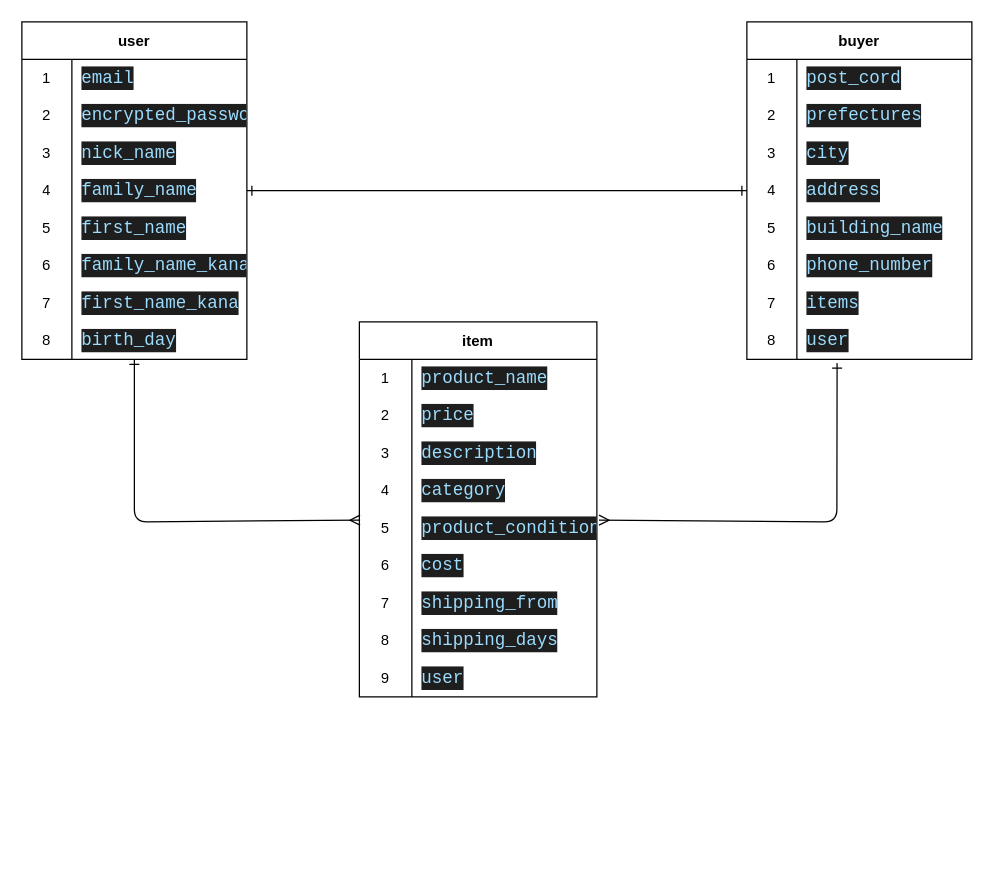
The draw.io diagram frima.dio in k-zyw/furima-39194-a, before the edit. Source tidied: cells renumbered, new cells numbered last; positions are measured from the earlier drawing's top-left corner, leaving out a move shared by most shapes. Both pictures are drawn from the tidied source at 125%, with x=0, y=0 at pixel (21, 21).
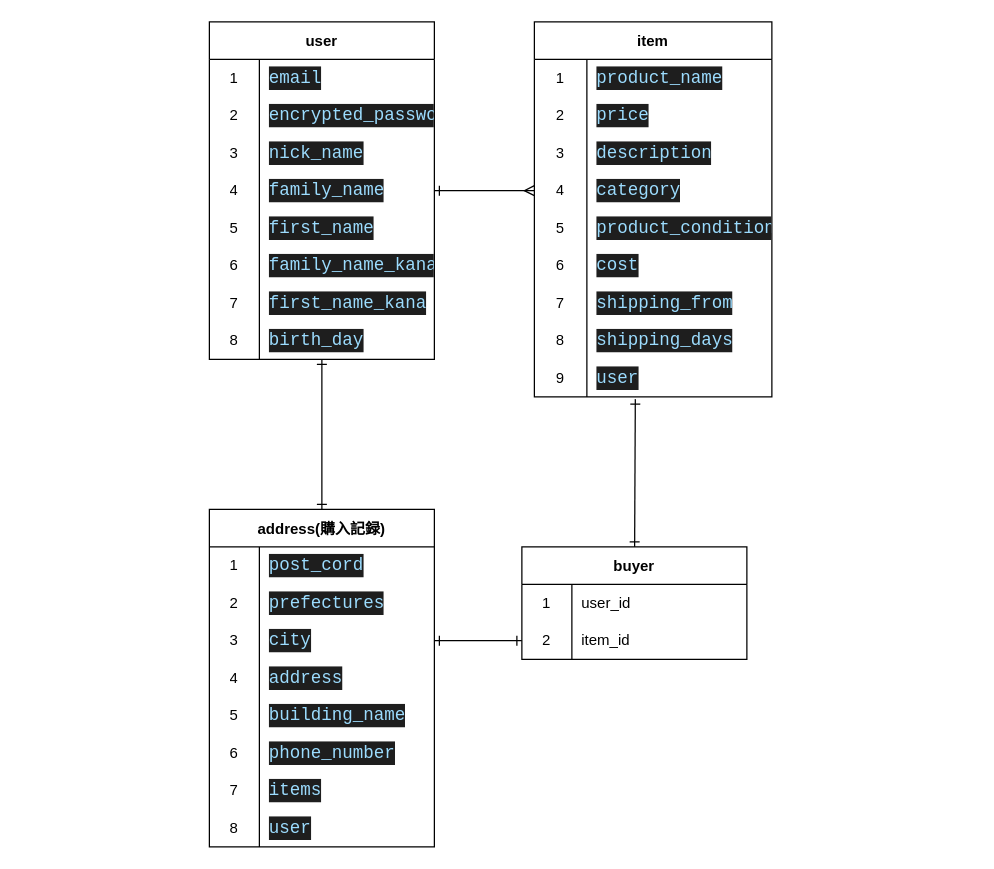
Above is the later version.

Unchanged cells that the change refers to:
```xml
<mxCell id="12" style="shape=tableRow;horizontal=0;startSize=0;swimlaneHead=0;swimlaneBody=0;top=0;left=0;bottom=0;right=0;fillColor=none;points=[[0,0.5],[1,0.5]];portConstraint=eastwest;" parent="2" vertex="1">
  <mxGeometry y="120" width="180" height="30" as="geometry" />
</mxCell>
<mxCell id="24" style="shape=tableRow;horizontal=0;startSize=0;swimlaneHead=0;swimlaneBody=0;top=0;left=0;bottom=0;right=0;fillColor=none;points=[[0,0.5],[1,0.5]];portConstraint=eastwest;" parent="2" vertex="1">
  <mxGeometry y="240" width="180" height="30" as="geometry" />
</mxCell>
<mxCell id="37" style="shape=tableRow;horizontal=0;startSize=0;swimlaneHead=0;swimlaneBody=0;top=0;left=0;bottom=0;right=0;fillColor=none;points=[[0,0.5],[1,0.5]];portConstraint=eastwest;" parent="27" vertex="1">
  <mxGeometry y="120" width="190" height="30" as="geometry" />
</mxCell>
<mxCell id="40" style="shape=tableRow;horizontal=0;startSize=0;swimlaneHead=0;swimlaneBody=0;top=0;left=0;bottom=0;right=0;fillColor=none;points=[[0,0.5],[1,0.5]];portConstraint=eastwest;" parent="27" vertex="1">
  <mxGeometry y="150" width="190" height="30" as="geometry" />
</mxCell>
<mxCell id="52" style="shape=tableRow;horizontal=0;startSize=0;swimlaneHead=0;swimlaneBody=0;top=0;left=0;bottom=0;right=0;fillColor=none;points=[[0,0.5],[1,0.5]];portConstraint=eastwest;" parent="27" vertex="1">
  <mxGeometry y="270" width="190" height="30" as="geometry" />
</mxCell>
<mxCell id="62" style="shape=tableRow;horizontal=0;startSize=0;swimlaneHead=0;swimlaneBody=0;top=0;left=0;bottom=0;right=0;fillColor=none;points=[[0,0.5],[1,0.5]];portConstraint=eastwest;" parent="55" vertex="1">
  <mxGeometry y="90" width="180" height="30" as="geometry" />
</mxCell>
<mxCell id="65" style="shape=tableRow;horizontal=0;startSize=0;swimlaneHead=0;swimlaneBody=0;top=0;left=0;bottom=0;right=0;fillColor=none;points=[[0,0.5],[1,0.5]];portConstraint=eastwest;" parent="55" vertex="1">
  <mxGeometry y="120" width="180" height="30" as="geometry" />
</mxCell>
<mxCell id="77" style="shape=tableRow;horizontal=0;startSize=0;swimlaneHead=0;swimlaneBody=0;top=0;left=0;bottom=0;right=0;fillColor=none;points=[[0,0.5],[1,0.5]];portConstraint=eastwest;" parent="55" vertex="1">
  <mxGeometry y="240" width="180" height="30" as="geometry" />
</mxCell>
```

What changed in the source:
```diff
@@
+    <mxCell id="83" style="edgeStyle=none;html=1;entryX=0;entryY=0.5;entryDx=0;entryDy=0;endArrow=ERmany;endFill=0;startArrow=ERone;startFill=0;" parent="1" edge="1" source="2" target="37">
+      <mxGeometry relative="1" as="geometry" />
+    </mxCell>
     <mxCell id="2" value="user" style="shape=table;startSize=30;childLayout=tableLayout;rowLines=0;fontStyle=1;" parent="1" vertex="1">
-      <mxGeometry width="180" height="270" as="geometry" />
+      <mxGeometry x="150" width="180" height="270" as="geometry" />
     </mxCell>
@@
     <mxCell id="27" value="item" style="shape=table;startSize=30;childLayout=tableLayout;rowLines=0;fontStyle=1;" parent="1" vertex="1">
-      <mxGeometry x="270" y="240" width="190" height="300" as="geometry" />
+      <mxGeometry x="410" width="190" height="300" as="geometry" />
     </mxCell>
@@
+    <mxCell id="84" style="edgeStyle=none;html=1;startArrow=ERone;startFill=0;endArrow=ERone;endFill=0;" parent="1" edge="1" source="55" target="24">
+      <mxGeometry relative="1" as="geometry" />
+    </mxCell>
-    <mxCell id="55" value="buyer" style="shape=table;startSize=30;childLayout=tableLayout;rowLines=0;fontStyle=1;" parent="1" vertex="1">
-      <mxGeometry x="580" width="180" height="270" as="geometry" />
+    <mxCell id="55" value="address(購入記録)" style="shape=table;startSize=30;childLayout=tableLayout;rowLines=0;fontStyle=1;" parent="1" vertex="1">
+      <mxGeometry x="150" y="390" width="180" height="270" as="geometry" />
     </mxCell>
@@
-    <mxCell id="80" style="edgeStyle=none;html=1;entryX=0.401;entryY=1.1;entryDx=0;entryDy=0;entryPerimeter=0;startArrow=ERmany;startFill=0;endArrow=ERone;endFill=0;exitX=1.009;exitY=0.287;exitDx=0;exitDy=0;exitPerimeter=0;" parent="1" edge="1" source="40" target="77">
-      <mxGeometry relative="1" as="geometry">
-        <Array as="points">
-          <mxPoint x="652" y="400" />
-        </Array>
-      </mxGeometry>
-    </mxCell>
-    <mxCell id="81" style="edgeStyle=none;html=1;entryX=0.5;entryY=1;entryDx=0;entryDy=0;entryPerimeter=0;startArrow=ERmany;startFill=0;endArrow=ERone;endFill=0;exitX=0.003;exitY=0.287;exitDx=0;exitDy=0;exitPerimeter=0;" parent="1" edge="1" source="40" target="24">
-      <mxGeometry relative="1" as="geometry">
-        <Array as="points">
-          <mxPoint x="90" y="400" />
-        </Array>
-      </mxGeometry>
-    </mxCell>
+    <mxCell id="85" style="edgeStyle=none;html=1;entryX=0.425;entryY=1.06;entryDx=0;entryDy=0;entryPerimeter=0;startArrow=ERone;startFill=0;endArrow=ERone;endFill=0;" parent="1" edge="1" source="82" target="52">
+      <mxGeometry relative="1" as="geometry" />
+    </mxCell>
-    <mxCell id="82" style="edgeStyle=none;html=1;exitX=1;exitY=0.5;exitDx=0;exitDy=0;entryX=0;entryY=0.5;entryDx=0;entryDy=0;startArrow=ERone;startFill=0;endArrow=ERone;endFill=0;" parent="1" edge="1" source="12" target="65">
-      <mxGeometry relative="1" as="geometry" />
+    <mxCell id="82" value="buyer" style="shape=table;startSize=30;childLayout=tableLayout;rowLines=0;fontStyle=1;" parent="1" vertex="1">
+      <mxGeometry x="400" y="420" width="180" height="90" as="geometry" />
     </mxCell>
+    <mxCell id="86" style="shape=tableRow;horizontal=0;startSize=0;swimlaneHead=0;swimlaneBody=0;top=0;left=0;bottom=0;right=0;fillColor=none;" parent="82" vertex="1">
+      <mxGeometry y="30" width="180" height="30" as="geometry" />
+    </mxCell>
+    <mxCell id="87" value="1" style="shape=partialRectangle;html=1;whiteSpace=wrap;fillColor=none;top=0;left=0;bottom=0;right=0;overflow=hidden;" parent="86" vertex="1">
+      <mxGeometry width="40" height="30" as="geometry" />
+    </mxCell>
+    <mxCell id="88" value="user_id" style="shape=partialRectangle;html=1;whiteSpace=wrap;fillColor=none;top=0;left=0;bottom=0;right=0;align=left;spacingLeft=6;overflow=hidden;" parent="86" vertex="1">
+      <mxGeometry x="40" width="140" height="30" as="geometry" />
+    </mxCell>
+    <mxCell id="89" style="shape=tableRow;horizontal=0;startSize=0;swimlaneHead=0;swimlaneBody=0;top=0;left=0;bottom=0;right=0;fillColor=none;points=[[0,0.5],[1,0.5]];portConstraint=eastwest;" parent="82" vertex="1">
+      <mxGeometry y="60" width="180" height="30" as="geometry" />
+    </mxCell>
+    <mxCell id="90" value="2" style="shape=partialRectangle;html=1;whiteSpace=wrap;fillColor=none;top=0;left=0;bottom=0;right=0;overflow=hidden;" parent="89" vertex="1">
+      <mxGeometry width="40" height="30" as="geometry" />
+    </mxCell>
+    <mxCell id="91" value="item_id" style="shape=partialRectangle;html=1;whiteSpace=wrap;fillColor=none;top=0;left=0;bottom=0;right=0;align=left;spacingLeft=6;overflow=hidden;" parent="89" vertex="1">
+      <mxGeometry x="40" width="140" height="30" as="geometry" />
+    </mxCell>
+    <mxCell id="92" style="edgeStyle=none;html=1;entryX=0;entryY=0.5;entryDx=0;entryDy=0;startArrow=ERone;startFill=0;endArrow=ERone;endFill=0;" parent="1" edge="1" source="62" target="89">
+      <mxGeometry relative="1" as="geometry" />
+    </mxCell>
```
